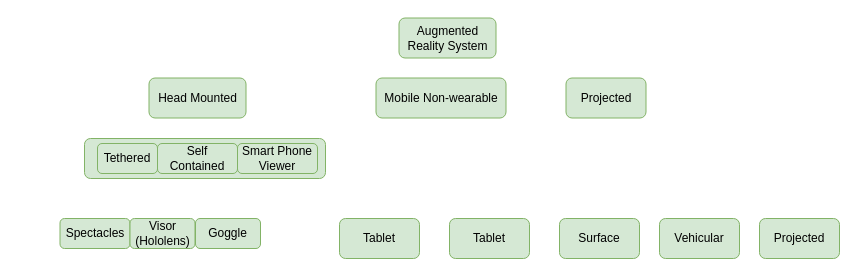
Earlier version of the draw.io diagram device type.drawio (kitylam9/Survey-on-Intelligent-user-interface-for-AugmentedReality). Source tidied: cells renumbered, new cells numbered last; positions are measured from the earlier drawing's top-left corner, leaving out a move shared by most shapes. Both pictures are drawn from the tidied source at 100%, with x=0, y=0 at pixel (60, 18).
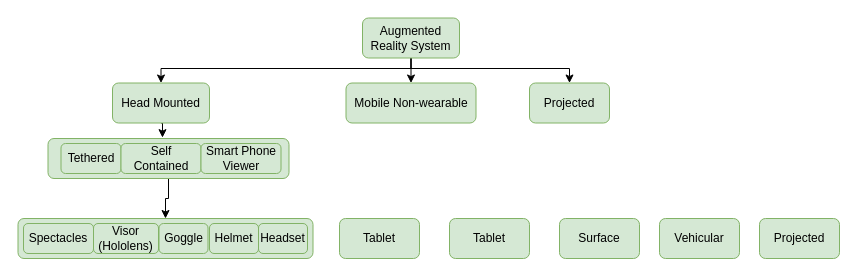
Above is the later version.

The edit, as a diff of the source:
```diff
@@
+    <mxCell id="18" style="edgeStyle=orthogonalEdgeStyle;rounded=0;jettySize=auto;html=1;exitX=0.5;exitY=1;exitDx=0;exitDy=0;entryX=0.5;entryY=0;entryDx=0;entryDy=0;" parent="1" edge="1" source="2" target="4">
+      <mxGeometry relative="1" as="geometry" />
+    </mxCell>
+    <mxCell id="19" style="edgeStyle=orthogonalEdgeStyle;rounded=0;jettySize=auto;html=1;exitX=0.5;exitY=1;exitDx=0;exitDy=0;" parent="1" edge="1" source="2" target="3">
+      <mxGeometry relative="1" as="geometry">
+        <Array as="points">
+          <mxPoint x="350.5" y="50" />
+          <mxPoint x="100.5" y="50" />
+        </Array>
+      </mxGeometry>
+    </mxCell>
+    <mxCell id="20" style="edgeStyle=orthogonalEdgeStyle;rounded=0;jettySize=auto;html=1;exitX=0.5;exitY=1;exitDx=0;exitDy=0;entryX=0.5;entryY=0;entryDx=0;entryDy=0;" parent="1" edge="1" source="2" target="5">
+      <mxGeometry relative="1" as="geometry">
+        <Array as="points">
+          <mxPoint x="350.5" y="50" />
+          <mxPoint x="508.5" y="50" />
+        </Array>
+      </mxGeometry>
+    </mxCell>
     <mxCell id="2" value="Augmented Reality System" style="rounded=1;whiteSpace=wrap;html=1;fillColor=#d5e8d4;strokeColor=#82b366;" parent="1" vertex="1">
-      <mxGeometry x="338.5" y="-0.5" width="97" height="40" as="geometry" />
+      <mxGeometry x="302" y="-0.5" width="97" height="40" as="geometry" />
     </mxCell>
+    <mxCell id="21" style="edgeStyle=orthogonalEdgeStyle;rounded=0;jettySize=auto;html=1;exitX=0.5;exitY=1;exitDx=0;exitDy=0;entryX=0.475;entryY=-0.021;entryDx=0;entryDy=0;entryPerimeter=0;" parent="1" edge="1" source="3" target="12">
+      <mxGeometry relative="1" as="geometry" />
+    </mxCell>
     <mxCell id="3" value="Head Mounted" style="rounded=1;whiteSpace=wrap;html=1;fillColor=#d5e8d4;strokeColor=#82b366;" parent="1" vertex="1">
-      <mxGeometry x="88.5" y="59.5" width="97" height="40" as="geometry" />
+      <mxGeometry x="52" y="64.5" width="97" height="40" as="geometry" />
     </mxCell>
     <mxCell id="4" value="Mobile Non-wearable" style="rounded=1;whiteSpace=wrap;html=1;fillColor=#d5e8d4;strokeColor=#82b366;" parent="1" vertex="1">
-      <mxGeometry x="315.5" y="59.5" width="130" height="40" as="geometry" />
+      <mxGeometry x="285.5" y="64.5" width="130" height="40" as="geometry" />
     </mxCell>
     <mxCell id="5" value="Projected" style="rounded=1;whiteSpace=wrap;html=1;fillColor=#d5e8d4;strokeColor=#82b366;" parent="1" vertex="1">
-      <mxGeometry x="505.5" y="59.5" width="80" height="40" as="geometry" />
+      <mxGeometry x="469" y="64.5" width="80" height="40" as="geometry" />
     </mxCell>
@@
+    <mxCell id="22" style="edgeStyle=orthogonalEdgeStyle;rounded=0;jettySize=auto;html=1;exitX=0.5;exitY=1;exitDx=0;exitDy=0;entryX=0.5;entryY=0;entryDx=0;entryDy=0;" parent="1" edge="1" source="12" target="24">
+      <mxGeometry relative="1" as="geometry" />
+    </mxCell>
+    <mxCell id="23" style="group;" parent="1" vertex="1">
+      <mxGeometry x="-42.5" y="200" width="295" height="40" as="geometry" />
+    </mxCell>
+    <mxCell id="24" style="rounded=1;whiteSpace=wrap;html=1;fillColor=#d5e8d4;strokeColor=#82b366;" parent="23" vertex="1">
+      <mxGeometry width="295" height="40" as="geometry" />
+    </mxCell>
-    <mxCell id="11" value="Spectacles" style="rounded=1;whiteSpace=wrap;html=1;fillColor=#d5e8d4;strokeColor=#82b366;" parent="1" vertex="1">
-      <mxGeometry x="-0.5" y="200" width="70" height="30" as="geometry" />
+    <mxCell id="11" value="Spectacles" style="rounded=1;whiteSpace=wrap;html=1;fillColor=#d5e8d4;strokeColor=#82b366;" parent="23" vertex="1">
+      <mxGeometry x="5.5" y="5" width="70" height="30" as="geometry" />
     </mxCell>
+    <mxCell id="16" value="Visor&lt;br&gt;(Hololens)" style="rounded=1;whiteSpace=wrap;html=1;fillColor=#d5e8d4;strokeColor=#82b366;" parent="23" vertex="1">
+      <mxGeometry x="75.5" y="5" width="65" height="30" as="geometry" />
+    </mxCell>
+    <mxCell id="17" value="Goggle" style="rounded=1;whiteSpace=wrap;html=1;fillColor=#d5e8d4;strokeColor=#82b366;" parent="23" vertex="1">
+      <mxGeometry x="141" y="5" width="49" height="30" as="geometry" />
+    </mxCell>
+    <mxCell id="25" value="Helmet" style="rounded=1;whiteSpace=wrap;html=1;fillColor=#d5e8d4;strokeColor=#82b366;" parent="23" vertex="1">
+      <mxGeometry x="191.5" y="5" width="49" height="30" as="geometry" />
+    </mxCell>
+    <mxCell id="26" value="Headset" style="rounded=1;whiteSpace=wrap;html=1;fillColor=#d5e8d4;strokeColor=#82b366;" parent="23" vertex="1">
+      <mxGeometry x="240.5" y="5" width="49" height="30" as="geometry" />
+    </mxCell>
+    <mxCell id="27" style="group;" parent="1" vertex="1">
+      <mxGeometry x="-12.5" y="120" width="241" height="40" as="geometry" />
+    </mxCell>
-    <mxCell id="12" style="rounded=1;whiteSpace=wrap;html=1;fillColor=#d5e8d4;strokeColor=#82b366;" parent="1" vertex="1">
-      <mxGeometry x="24" y="120" width="241" height="40" as="geometry" />
+    <mxCell id="12" style="rounded=1;whiteSpace=wrap;html=1;fillColor=#d5e8d4;strokeColor=#82b366;" parent="27" vertex="1">
+      <mxGeometry width="241" height="40" as="geometry" />
     </mxCell>
-    <mxCell id="13" value="Tethered" style="rounded=1;whiteSpace=wrap;html=1;fillColor=#d5e8d4;strokeColor=#82b366;" parent="1" vertex="1">
-      <mxGeometry x="37" y="125" width="60" height="30" as="geometry" />
+    <mxCell id="13" value="Tethered" style="rounded=1;whiteSpace=wrap;html=1;fillColor=#d5e8d4;strokeColor=#82b366;" parent="27" vertex="1">
+      <mxGeometry x="13" y="5" width="60" height="30" as="geometry" />
     </mxCell>
-    <mxCell id="14" value="Self Contained" style="rounded=1;whiteSpace=wrap;html=1;fillColor=#d5e8d4;strokeColor=#82b366;" parent="1" vertex="1">
-      <mxGeometry x="97" y="125" width="80" height="30" as="geometry" />
+    <mxCell id="14" value="Self Contained" style="rounded=1;whiteSpace=wrap;html=1;fillColor=#d5e8d4;strokeColor=#82b366;" parent="27" vertex="1">
+      <mxGeometry x="73" y="5" width="80" height="30" as="geometry" />
     </mxCell>
-    <mxCell id="15" value="Smart Phone Viewer" style="rounded=1;whiteSpace=wrap;html=1;fillColor=#d5e8d4;strokeColor=#82b366;" parent="1" vertex="1">
-      <mxGeometry x="177" y="125" width="80" height="30" as="geometry" />
+    <mxCell id="15" value="Smart Phone Viewer" style="rounded=1;whiteSpace=wrap;html=1;fillColor=#d5e8d4;strokeColor=#82b366;" parent="27" vertex="1">
+      <mxGeometry x="153" y="5" width="80" height="30" as="geometry" />
     </mxCell>
-    <mxCell id="16" value="Visor&lt;br&gt;(Hololens)" style="rounded=1;whiteSpace=wrap;html=1;fillColor=#d5e8d4;strokeColor=#82b366;" parent="1" vertex="1">
-      <mxGeometry x="69.5" y="200" width="65" height="30" as="geometry" />
-    </mxCell>
-    <mxCell id="17" value="Goggle" style="rounded=1;whiteSpace=wrap;html=1;fillColor=#d5e8d4;strokeColor=#82b366;" parent="1" vertex="1">
-      <mxGeometry x="135" y="200" width="65" height="30" as="geometry" />
-    </mxCell>
```
